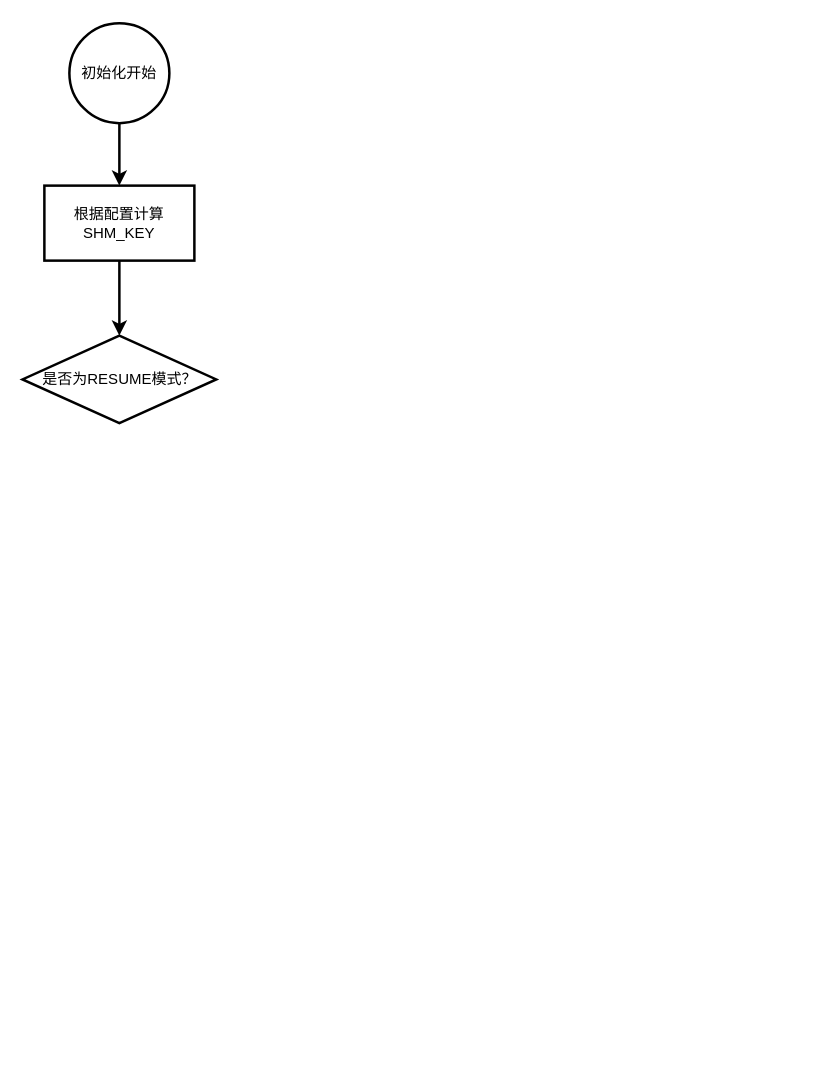
Above: LCT.drawio in FAKERINHEART/draw_folder (draw.io), before the change. Source tidied: cells renumbered, new cells numbered last; positions are measured from the earlier drawing's top-left corner, leaving out a move shared by most shapes. Both pictures are drawn from the tidied source at 125%, with x=0, y=0 at pixel (21, 22).
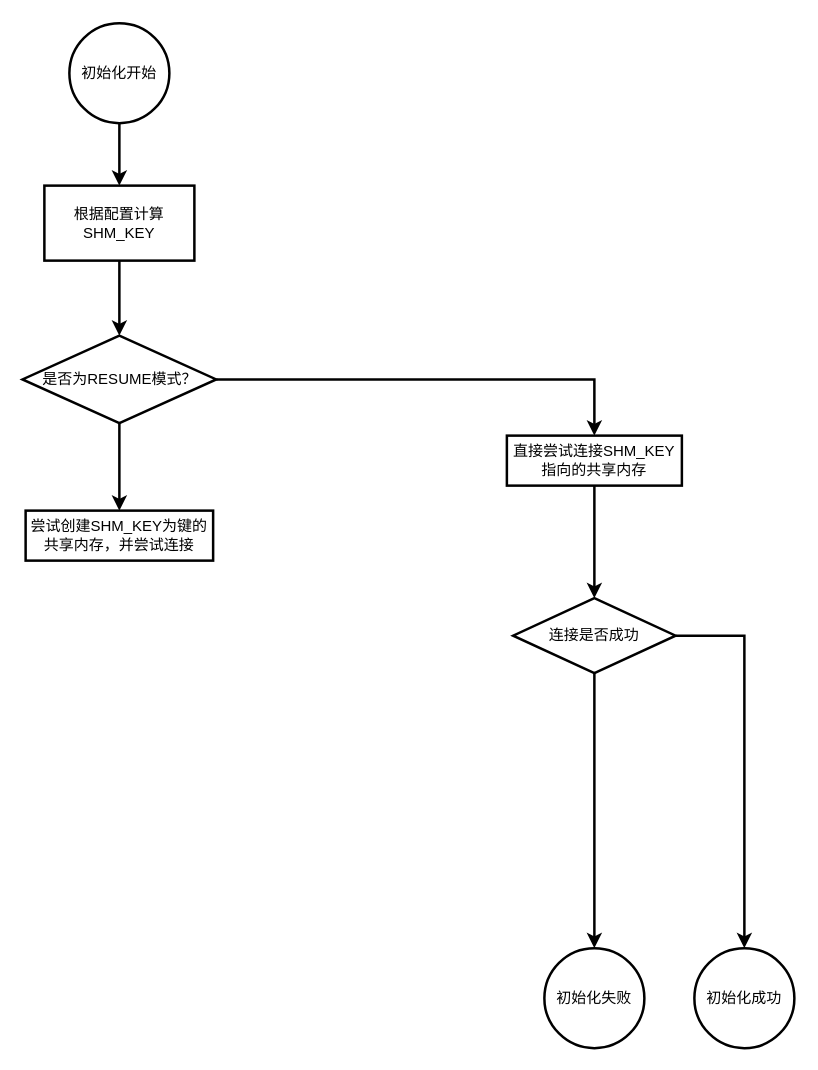
The same page after the edit.

What changed in the source:
```diff
@@
 <mxGraphModel>
   <root>
     <mxCell id="0" />
     <mxCell id="1" parent="0" />
     <mxCell id="2" style="edgeStyle=orthogonalEdgeStyle;rounded=0;jettySize=auto;html=1;exitX=0.5;exitY=1;exitDx=0;exitDy=0;entryX=0.5;entryY=0;entryDx=0;entryDy=0;strokeWidth=2;" parent="1" edge="1" source="3" target="5">
       <mxGeometry relative="1" as="geometry" />
     </mxCell>
     <mxCell id="3" value="初始化开始" style="ellipse;whiteSpace=wrap;html=1;strokeWidth=2;" parent="1" vertex="1">
       <mxGeometry x="38" width="80" height="80" as="geometry" />
     </mxCell>
     <mxCell id="4" style="edgeStyle=orthogonalEdgeStyle;rounded=0;jettySize=auto;html=1;exitX=0.5;exitY=1;exitDx=0;exitDy=0;entryX=0.5;entryY=0;entryDx=0;entryDy=0;strokeWidth=2;" parent="1" edge="1" source="5" target="6">
       <mxGeometry relative="1" as="geometry" />
     </mxCell>
     <mxCell id="5" value="根据配置计算SHM_KEY" style="rounded=0;whiteSpace=wrap;html=1;strokeWidth=2;" parent="1" vertex="1">
       <mxGeometry x="18" y="130" width="120" height="60" as="geometry" />
     </mxCell>
+    <mxCell id="7" style="edgeStyle=orthogonalEdgeStyle;rounded=0;jettySize=auto;html=1;exitX=1;exitY=0.5;exitDx=0;exitDy=0;strokeWidth=2;" parent="1" edge="1" source="6" target="10">
+      <mxGeometry relative="1" as="geometry">
+        <Array as="points">
+          <mxPoint x="458" y="285" />
+        </Array>
+      </mxGeometry>
+    </mxCell>
+    <mxCell id="8" style="edgeStyle=orthogonalEdgeStyle;rounded=0;jettySize=auto;html=1;exitX=0.5;exitY=1;exitDx=0;exitDy=0;entryX=0.5;entryY=0;entryDx=0;entryDy=0;strokeWidth=2;" parent="1" edge="1" source="6" target="16">
+      <mxGeometry relative="1" as="geometry" />
+    </mxCell>
     <mxCell id="6" value="是否为RESUME模式？" style="rhombus;whiteSpace=wrap;html=1;strokeWidth=2;" parent="1" vertex="1">
       <mxGeometry x="0.5" y="250" width="155" height="70" as="geometry" />
     </mxCell>
+    <mxCell id="9" style="edgeStyle=orthogonalEdgeStyle;rounded=0;jettySize=auto;html=1;exitX=0.5;exitY=1;exitDx=0;exitDy=0;entryX=0.5;entryY=0;entryDx=0;entryDy=0;strokeWidth=2;" parent="1" edge="1" source="10" target="14">
+      <mxGeometry relative="1" as="geometry" />
+    </mxCell>
+    <mxCell id="10" value="直接尝试连接SHM_KEY指向的共享内存" style="rounded=0;whiteSpace=wrap;html=1;strokeWidth=2;align=center;" parent="1" vertex="1">
+      <mxGeometry x="388" y="330" width="140" height="40" as="geometry" />
+    </mxCell>
+    <mxCell id="11" value="初始化成功" style="ellipse;whiteSpace=wrap;html=1;strokeWidth=2;align=center;" parent="1" vertex="1">
+      <mxGeometry x="538" y="740" width="80" height="80" as="geometry" />
+    </mxCell>
+    <mxCell id="12" style="edgeStyle=orthogonalEdgeStyle;rounded=0;jettySize=auto;html=1;exitX=0.5;exitY=1;exitDx=0;exitDy=0;strokeWidth=2;" parent="1" edge="1" source="14" target="15">
+      <mxGeometry relative="1" as="geometry" />
+    </mxCell>
+    <mxCell id="13" style="edgeStyle=orthogonalEdgeStyle;rounded=0;jettySize=auto;html=1;exitX=1;exitY=0.5;exitDx=0;exitDy=0;strokeWidth=2;" parent="1" edge="1" source="14" target="11">
+      <mxGeometry relative="1" as="geometry" />
+    </mxCell>
+    <mxCell id="14" value="连接是否成功" style="rhombus;whiteSpace=wrap;html=1;strokeWidth=2;align=center;" parent="1" vertex="1">
+      <mxGeometry x="393" y="460" width="130" height="60" as="geometry" />
+    </mxCell>
+    <mxCell id="15" value="初始化失败" style="ellipse;whiteSpace=wrap;html=1;strokeWidth=2;align=center;" parent="1" vertex="1">
+      <mxGeometry x="418" y="740" width="80" height="80" as="geometry" />
+    </mxCell>
+    <mxCell id="16" value="尝试创建SHM_KEY为键的共享内存，并尝试连接" style="rounded=0;whiteSpace=wrap;html=1;strokeWidth=2;align=center;" parent="1" vertex="1">
+      <mxGeometry x="3" y="390" width="150" height="40" as="geometry" />
+    </mxCell>
   </root>
 </mxGraphModel>
```
